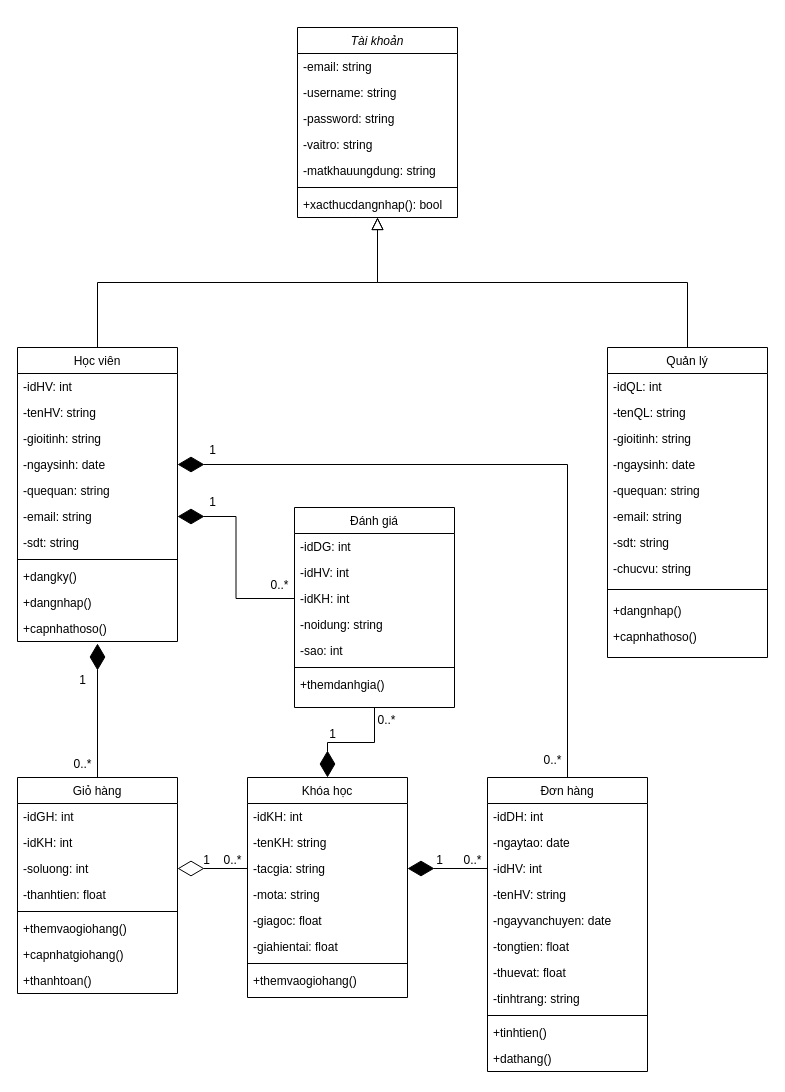
Earlier version of the draw.io diagram SAD Diagrams/class_diagram.drawio (hvt299/do_an_co_so_2). Source tidied: cells renumbered, new cells numbered last; positions are measured from the earlier drawing's top-left corner, leaving out a move shared by most shapes. Both pictures are drawn from the tidied source at 100%, with x=0, y=0 at pixel (17, 27).
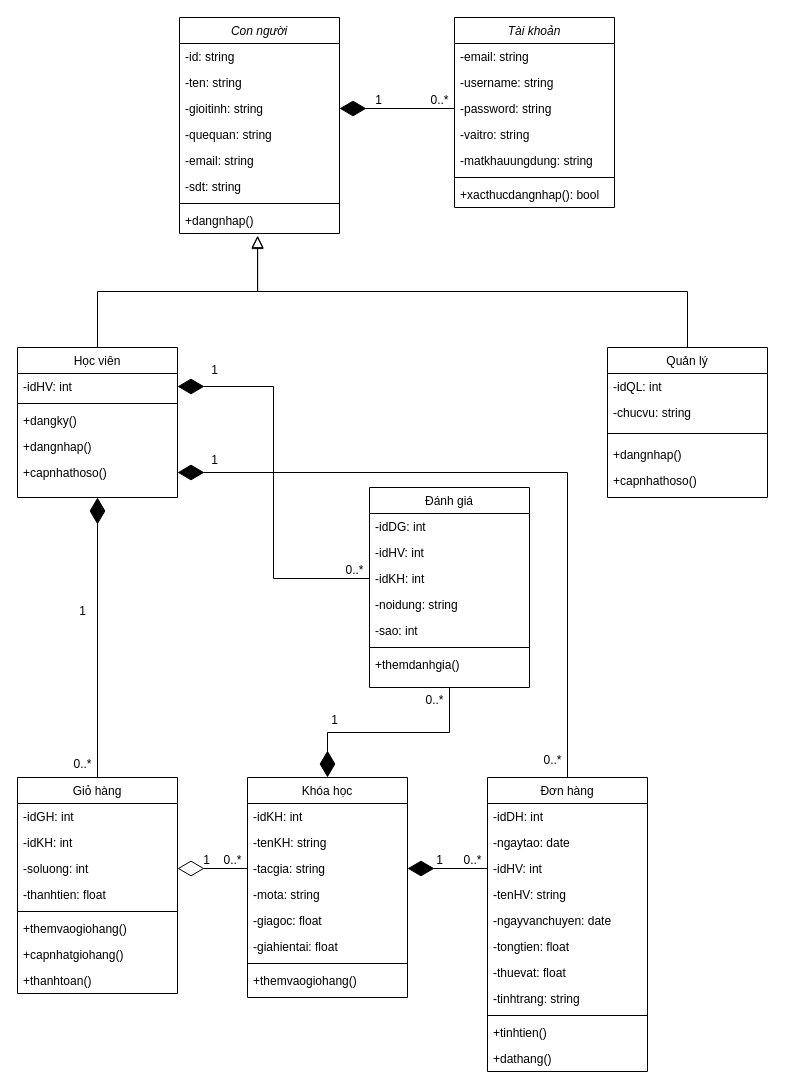
The same page after the edit.

Commit message:
Sửa: Class diagram

The change refers to these unchanged cells:
```xml
<mxCell id="5" value="-password: string" style="text;align=left;verticalAlign=top;spacingLeft=4;spacingRight=4;overflow=hidden;points=[[0,0.5],[1,0.5]];portConstraint=eastwest;rounded=0;shadow=0;html=0;" parent="2" vertex="1">
  <mxGeometry y="78" width="160" height="26" as="geometry" />
</mxCell>
<mxCell id="11" value="-idHV: int" style="text;align=left;verticalAlign=top;spacingLeft=4;spacingRight=4;overflow=hidden;points=[[0,0.5],[1,0.5]];portConstraint=eastwest;" parent="10" vertex="1">
  <mxGeometry y="26" width="160" height="26" as="geometry" />
</mxCell>
<mxCell id="36" value="Giỏ hàng" style="swimlane;fontStyle=0;align=center;verticalAlign=top;horizontal=1;startSize=26;rounded=0;shadow=0;strokeWidth=1;" parent="1" vertex="1">
  <mxGeometry y="750" width="160" height="216" as="geometry" />
</mxCell>
<mxCell id="48" value="Đơn hàng" style="swimlane;fontStyle=0;align=center;verticalAlign=top;horizontal=1;startSize=26;rounded=0;shadow=0;strokeWidth=1;" parent="1" vertex="1">
  <mxGeometry x="470" y="750" width="160" height="294" as="geometry" />
</mxCell>
<mxCell id="81" value="-idKH: int" style="text;align=left;verticalAlign=top;spacingLeft=4;spacingRight=4;overflow=hidden;points=[[0,0.5],[1,0.5]];portConstraint=eastwest;" parent="78" vertex="1">
  <mxGeometry y="78" width="160" height="26" as="geometry" />
</mxCell>
```

Change to the diagram source:
```diff
@@
     <mxCell id="2" value="Tài khoản" style="swimlane;fontStyle=2;align=center;verticalAlign=top;horizontal=1;startSize=26;rounded=0;shadow=0;strokeWidth=1;" parent="1" vertex="1">
-      <mxGeometry x="280" width="160" height="190" as="geometry" />
+      <mxGeometry x="437" y="-10" width="160" height="190" as="geometry" />
     </mxCell>
@@
     <mxCell id="10" value="Học viên" style="swimlane;fontStyle=0;align=center;verticalAlign=top;horizontal=1;startSize=26;rounded=0;shadow=0;strokeWidth=1;" parent="1" vertex="1">
-      <mxGeometry y="320" width="160" height="294" as="geometry" />
+      <mxGeometry y="320" width="160" height="150" as="geometry" />
     </mxCell>
@@
-    <mxCell id="12" value="-tenHV: string" style="text;align=left;verticalAlign=top;spacingLeft=4;spacingRight=4;overflow=hidden;rounded=0;shadow=0;html=0;" parent="10" vertex="1">
-      <mxGeometry y="52" width="160" height="26" as="geometry" />
-    </mxCell>
-    <mxCell id="13" value="-gioitinh: string" style="text;align=left;verticalAlign=top;spacingLeft=4;spacingRight=4;overflow=hidden;" parent="10" vertex="1">
-      <mxGeometry y="78" width="160" height="26" as="geometry" />
-    </mxCell>
-    <mxCell id="14" value="-ngaysinh: date" style="text;align=left;verticalAlign=top;spacingLeft=4;spacingRight=4;overflow=hidden;points=[[0,0.5],[1,0.5]];portConstraint=eastwest;rounded=0;shadow=0;html=0;" parent="10" vertex="1">
-      <mxGeometry y="104" width="160" height="26" as="geometry" />
-    </mxCell>
-    <mxCell id="15" value="-quequan: string" style="text;align=left;verticalAlign=top;spacingLeft=4;spacingRight=4;overflow=hidden;rounded=0;shadow=0;html=0;" parent="10" vertex="1">
-      <mxGeometry y="130" width="160" height="26" as="geometry" />
-    </mxCell>
-    <mxCell id="16" value="-email: string" style="text;align=left;verticalAlign=top;spacingLeft=4;spacingRight=4;overflow=hidden;points=[[0,0.5],[1,0.5]];portConstraint=eastwest;" parent="10" vertex="1">
-      <mxGeometry y="156" width="160" height="26" as="geometry" />
-    </mxCell>
-    <mxCell id="17" value="-sdt: string" style="text;align=left;verticalAlign=top;spacingLeft=4;spacingRight=4;overflow=hidden;rounded=0;shadow=0;html=0;" parent="10" vertex="1">
-      <mxGeometry y="182" width="160" height="26" as="geometry" />
-    </mxCell>
     <mxCell id="18" style="line;html=1;strokeWidth=1;align=left;verticalAlign=middle;spacingTop=-1;spacingLeft=3;spacingRight=3;labelPosition=right;" parent="10" vertex="1">
-      <mxGeometry y="208" width="160" height="8" as="geometry" />
+      <mxGeometry y="52" width="160" height="8" as="geometry" />
     </mxCell>
     <mxCell id="19" value="+dangky()" style="text;align=left;verticalAlign=top;spacingLeft=4;spacingRight=4;overflow=hidden;fontStyle=0;" parent="10" vertex="1">
-      <mxGeometry y="216" width="160" height="26" as="geometry" />
+      <mxGeometry y="60" width="160" height="26" as="geometry" />
     </mxCell>
     <mxCell id="20" value="+dangnhap()" style="text;align=left;verticalAlign=top;spacingLeft=4;spacingRight=4;overflow=hidden;" parent="10" vertex="1">
-      <mxGeometry y="242" width="160" height="26" as="geometry" />
+      <mxGeometry y="86" width="160" height="26" as="geometry" />
     </mxCell>
     <mxCell id="21" value="+capnhathoso()" style="text;align=left;verticalAlign=top;spacingLeft=4;spacingRight=4;overflow=hidden;points=[[0,0.5],[1,0.5]];portConstraint=eastwest;" parent="10" vertex="1">
-      <mxGeometry y="268" width="160" height="26" as="geometry" />
+      <mxGeometry y="112" width="160" height="26" as="geometry" />
     </mxCell>
-    <mxCell id="22" style="endArrow=block;endSize=10;endFill=0;shadow=0;strokeWidth=1;rounded=0;edgeStyle=elbowEdgeStyle;elbow=vertical;" parent="1" edge="1" source="10" target="2">
+    <mxCell id="22" style="endArrow=block;endSize=10;endFill=0;shadow=0;strokeWidth=1;rounded=0;edgeStyle=elbowEdgeStyle;elbow=vertical;entryX=0.488;entryY=1.115;entryDx=0;entryDy=0;entryPerimeter=0;" parent="1" edge="1" source="10" target="98">
       <mxGeometry relative="1" as="geometry" />
     </mxCell>
     <mxCell id="23" value="Quản lý" style="swimlane;fontStyle=0;align=center;verticalAlign=top;horizontal=1;startSize=26;rounded=0;shadow=0;strokeWidth=1;" parent="1" vertex="1">
-      <mxGeometry x="590" y="320" width="160" height="310" as="geometry" />
+      <mxGeometry x="590" y="320" width="160" height="150" as="geometry" />
     </mxCell>
@@
-    <mxCell id="25" value="-tenQL: string" style="text;align=left;verticalAlign=top;spacingLeft=4;spacingRight=4;overflow=hidden;" parent="23" vertex="1">
-      <mxGeometry y="52" width="160" height="26" as="geometry" />
-    </mxCell>
-    <mxCell id="26" value="-gioitinh: string" style="text;align=left;verticalAlign=top;spacingLeft=4;spacingRight=4;overflow=hidden;" parent="23" vertex="1">
-      <mxGeometry y="78" width="160" height="26" as="geometry" />
-    </mxCell>
-    <mxCell id="27" value="-ngaysinh: date" style="text;align=left;verticalAlign=top;spacingLeft=4;spacingRight=4;overflow=hidden;" parent="23" vertex="1">
-      <mxGeometry y="104" width="160" height="26" as="geometry" />
-    </mxCell>
-    <mxCell id="28" value="-quequan: string" style="text;align=left;verticalAlign=top;spacingLeft=4;spacingRight=4;overflow=hidden;" parent="23" vertex="1">
-      <mxGeometry y="130" width="160" height="26" as="geometry" />
-    </mxCell>
-    <mxCell id="29" value="-email: string" style="text;align=left;verticalAlign=top;spacingLeft=4;spacingRight=4;overflow=hidden;" parent="23" vertex="1">
-      <mxGeometry y="156" width="160" height="26" as="geometry" />
-    </mxCell>
-    <mxCell id="30" value="-sdt: string" style="text;align=left;verticalAlign=top;spacingLeft=4;spacingRight=4;overflow=hidden;" parent="23" vertex="1">
-      <mxGeometry y="182" width="160" height="26" as="geometry" />
-    </mxCell>
     <mxCell id="31" value="-chucvu: string" style="text;align=left;verticalAlign=top;spacingLeft=4;spacingRight=4;overflow=hidden;" parent="23" vertex="1">
-      <mxGeometry y="208" width="160" height="26" as="geometry" />
+      <mxGeometry y="52" width="160" height="26" as="geometry" />
     </mxCell>
     <mxCell id="32" style="line;html=1;strokeWidth=1;align=left;verticalAlign=middle;spacingTop=-1;spacingLeft=3;spacingRight=3;labelPosition=right;" parent="23" vertex="1">
-      <mxGeometry y="234" width="160" height="16" as="geometry" />
+      <mxGeometry y="78" width="160" height="16" as="geometry" />
     </mxCell>
     <mxCell id="33" value="+dangnhap()" style="text;align=left;verticalAlign=top;spacingLeft=4;spacingRight=4;overflow=hidden;" parent="23" vertex="1">
-      <mxGeometry y="250" width="160" height="26" as="geometry" />
+      <mxGeometry y="94" width="160" height="26" as="geometry" />
     </mxCell>
     <mxCell id="34" value="+capnhathoso()" style="text;align=left;verticalAlign=top;spacingLeft=4;spacingRight=4;overflow=hidden;" parent="23" vertex="1">
-      <mxGeometry y="276" width="160" height="26" as="geometry" />
+      <mxGeometry y="120" width="160" height="26" as="geometry" />
     </mxCell>
-    <mxCell id="35" style="endArrow=block;endSize=10;endFill=0;shadow=0;strokeWidth=1;rounded=0;edgeStyle=elbowEdgeStyle;elbow=vertical;" parent="1" edge="1" source="23" target="2">
+    <mxCell id="35" style="endArrow=block;endSize=10;endFill=0;shadow=0;strokeWidth=1;rounded=0;edgeStyle=elbowEdgeStyle;elbow=vertical;entryX=0.488;entryY=1.077;entryDx=0;entryDy=0;entryPerimeter=0;" parent="1" edge="1" source="23" target="98">
       <mxGeometry relative="1" as="geometry" />
     </mxCell>
@@
-    <mxCell id="45" style="endArrow=diamondThin;endFill=1;endSize=24;html=1;rounded=0;exitX=0.5;exitY=0;exitDx=0;exitDy=0;entryX=0.5;entryY=1.077;entryDx=0;entryDy=0;entryPerimeter=0;" parent="1" edge="1" source="36" target="21">
+    <mxCell id="45" style="endArrow=diamondThin;endFill=1;endSize=24;html=1;rounded=0;exitX=0.5;exitY=0;exitDx=0;exitDy=0;entryX=0.5;entryY=1;entryDx=0;entryDy=0;" parent="1" edge="1" source="36" target="10">
       <mxGeometry relative="1" as="geometry" />
     </mxCell>
@@
     <mxCell id="47" value="&lt;span style=&quot;font-weight: normal;&quot;&gt;1&lt;/span&gt;" style="text;align=center;fontStyle=1;verticalAlign=middle;spacingLeft=3;spacingRight=3;strokeColor=none;html=1;" parent="1" vertex="1">
-      <mxGeometry x="50" y="640" width="30" height="26" as="geometry" />
+      <mxGeometry x="50" y="571" width="30" height="26" as="geometry" />
     </mxCell>
@@
-    <mxCell id="60" style="endArrow=diamondThin;endFill=1;endSize=24;html=1;rounded=0;exitX=0.5;exitY=0;exitDx=0;exitDy=0;entryX=1;entryY=0.5;entryDx=0;entryDy=0;edgeStyle=orthogonalEdgeStyle;" parent="1" edge="1" source="48" target="14">
+    <mxCell id="60" style="endArrow=diamondThin;endFill=1;endSize=24;html=1;rounded=0;exitX=0.5;exitY=0;exitDx=0;exitDy=0;edgeStyle=orthogonalEdgeStyle;" parent="1" edge="1" source="48" target="21">
       <mxGeometry relative="1" as="geometry" />
     </mxCell>
     <mxCell id="61" value="&lt;span style=&quot;font-weight: normal;&quot;&gt;1&lt;/span&gt;" style="text;align=center;fontStyle=1;verticalAlign=middle;spacingLeft=3;spacingRight=3;strokeColor=none;html=1;" parent="1" vertex="1">
-      <mxGeometry x="180" y="410" width="30" height="26" as="geometry" />
+      <mxGeometry x="182" y="420" width="30" height="26" as="geometry" />
     </mxCell>
@@
     <mxCell id="78" value="Đánh giá" style="swimlane;fontStyle=0;align=center;verticalAlign=top;horizontal=1;startSize=26;rounded=0;shadow=0;strokeWidth=1;" parent="1" vertex="1">
-      <mxGeometry x="277" y="480" width="160" height="200" as="geometry" />
+      <mxGeometry x="352" y="460" width="160" height="200" as="geometry" />
     </mxCell>
@@
-    <mxCell id="86" style="endArrow=diamondThin;endFill=1;endSize=24;html=1;rounded=0;exitX=0;exitY=0.5;exitDx=0;exitDy=0;entryX=1;entryY=0.5;entryDx=0;entryDy=0;edgeStyle=orthogonalEdgeStyle;" parent="1" edge="1" source="81" target="16">
+    <mxCell id="86" style="endArrow=diamondThin;endFill=1;endSize=24;html=1;rounded=0;exitX=0;exitY=0.5;exitDx=0;exitDy=0;entryX=1;entryY=0.5;entryDx=0;entryDy=0;edgeStyle=orthogonalEdgeStyle;" parent="1" edge="1" source="81" target="11">
       <mxGeometry relative="1" as="geometry" />
     </mxCell>
     <mxCell id="87" value="&lt;span style=&quot;font-weight: normal;&quot;&gt;1&lt;/span&gt;" style="text;align=center;fontStyle=1;verticalAlign=middle;spacingLeft=3;spacingRight=3;strokeColor=none;html=1;" parent="1" vertex="1">
-      <mxGeometry x="180" y="462" width="30" height="26" as="geometry" />
+      <mxGeometry x="182" y="330" width="30" height="26" as="geometry" />
     </mxCell>
     <mxCell id="88" value="&lt;span style=&quot;font-weight: normal;&quot;&gt;0..*&lt;/span&gt;" style="text;align=center;fontStyle=1;verticalAlign=middle;spacingLeft=3;spacingRight=3;strokeColor=none;html=1;" parent="1" vertex="1">
-      <mxGeometry x="247" y="545" width="30" height="26" as="geometry" />
+      <mxGeometry x="402" y="660" width="30" height="26" as="geometry" />
     </mxCell>
@@
     <mxCell id="90" value="&lt;span style=&quot;font-weight: normal;&quot;&gt;0..*&lt;/span&gt;" style="text;align=center;fontStyle=1;verticalAlign=middle;spacingLeft=3;spacingRight=3;strokeColor=none;html=1;" parent="1" vertex="1">
-      <mxGeometry x="354" y="680" width="30" height="26" as="geometry" />
+      <mxGeometry x="322" y="530" width="30" height="26" as="geometry" />
     </mxCell>
     <mxCell id="91" value="&lt;span style=&quot;font-weight: normal;&quot;&gt;1&lt;/span&gt;" style="text;align=center;fontStyle=1;verticalAlign=middle;spacingLeft=3;spacingRight=3;strokeColor=none;html=1;" parent="1" vertex="1">
-      <mxGeometry x="300" y="694" width="30" height="26" as="geometry" />
+      <mxGeometry x="302" y="680" width="30" height="26" as="geometry" />
     </mxCell>
+    <mxCell id="92" value="Con người" style="swimlane;fontStyle=2;align=center;verticalAlign=top;horizontal=1;startSize=26;rounded=0;shadow=0;strokeWidth=1;" parent="1" vertex="1">
+      <mxGeometry x="162" y="-10" width="160" height="216" as="geometry" />
+    </mxCell>
+    <mxCell id="93" value="-id: string" style="text;align=left;verticalAlign=top;spacingLeft=4;spacingRight=4;overflow=hidden;" parent="92" vertex="1">
+      <mxGeometry y="26" width="160" height="26" as="geometry" />
+    </mxCell>
+    <mxCell id="94" value="-ten: string" style="text;align=left;verticalAlign=top;spacingLeft=4;spacingRight=4;overflow=hidden;rounded=0;shadow=0;html=0;" parent="92" vertex="1">
+      <mxGeometry y="52" width="160" height="26" as="geometry" />
+    </mxCell>
+    <mxCell id="95" value="-gioitinh: string" style="text;align=left;verticalAlign=top;spacingLeft=4;spacingRight=4;overflow=hidden;points=[[0,0.5],[1,0.5]];portConstraint=eastwest;rounded=0;shadow=0;html=0;" parent="92" vertex="1">
+      <mxGeometry y="78" width="160" height="26" as="geometry" />
+    </mxCell>
+    <mxCell id="15" value="-quequan: string" style="text;align=left;verticalAlign=top;spacingLeft=4;spacingRight=4;overflow=hidden;rounded=0;shadow=0;html=0;" parent="92" vertex="1">
+      <mxGeometry y="104" width="160" height="26" as="geometry" />
+    </mxCell>
+    <mxCell id="96" value="-email: string" style="text;align=left;verticalAlign=top;spacingLeft=4;spacingRight=4;overflow=hidden;rounded=0;shadow=0;html=0;" parent="92" vertex="1">
+      <mxGeometry y="130" width="160" height="26" as="geometry" />
+    </mxCell>
+    <mxCell id="17" value="-sdt: string" style="text;align=left;verticalAlign=top;spacingLeft=4;spacingRight=4;overflow=hidden;rounded=0;shadow=0;html=0;" parent="92" vertex="1">
+      <mxGeometry y="156" width="160" height="26" as="geometry" />
+    </mxCell>
+    <mxCell id="97" style="line;html=1;strokeWidth=1;align=left;verticalAlign=middle;spacingTop=-1;spacingLeft=3;spacingRight=3;labelPosition=right;" parent="92" vertex="1">
+      <mxGeometry y="182" width="160" height="8" as="geometry" />
+    </mxCell>
+    <mxCell id="98" value="+dangnhap()" style="text;align=left;verticalAlign=top;spacingLeft=4;spacingRight=4;overflow=hidden;points=[[0,0.5],[1,0.5]];portConstraint=eastwest;" parent="92" vertex="1">
+      <mxGeometry y="190" width="160" height="26" as="geometry" />
+    </mxCell>
+    <mxCell id="99" style="endArrow=diamondThin;endFill=1;endSize=24;html=1;rounded=0;entryX=1;entryY=0.5;entryDx=0;entryDy=0;exitX=0;exitY=0.5;exitDx=0;exitDy=0;" parent="1" edge="1" source="5" target="95">
+      <mxGeometry relative="1" as="geometry" />
+    </mxCell>
+    <mxCell id="100" value="&lt;span style=&quot;font-weight: normal;&quot;&gt;1&lt;/span&gt;" style="text;align=center;fontStyle=1;verticalAlign=middle;spacingLeft=3;spacingRight=3;strokeColor=none;html=1;" parent="1" vertex="1">
+      <mxGeometry x="346" y="60" width="30" height="26" as="geometry" />
+    </mxCell>
+    <mxCell id="101" value="&lt;span style=&quot;font-weight: normal;&quot;&gt;0..*&lt;/span&gt;" style="text;align=center;fontStyle=1;verticalAlign=middle;spacingLeft=3;spacingRight=3;strokeColor=none;html=1;" parent="1" vertex="1">
+      <mxGeometry x="407" y="60" width="30" height="26" as="geometry" />
+    </mxCell>
```
